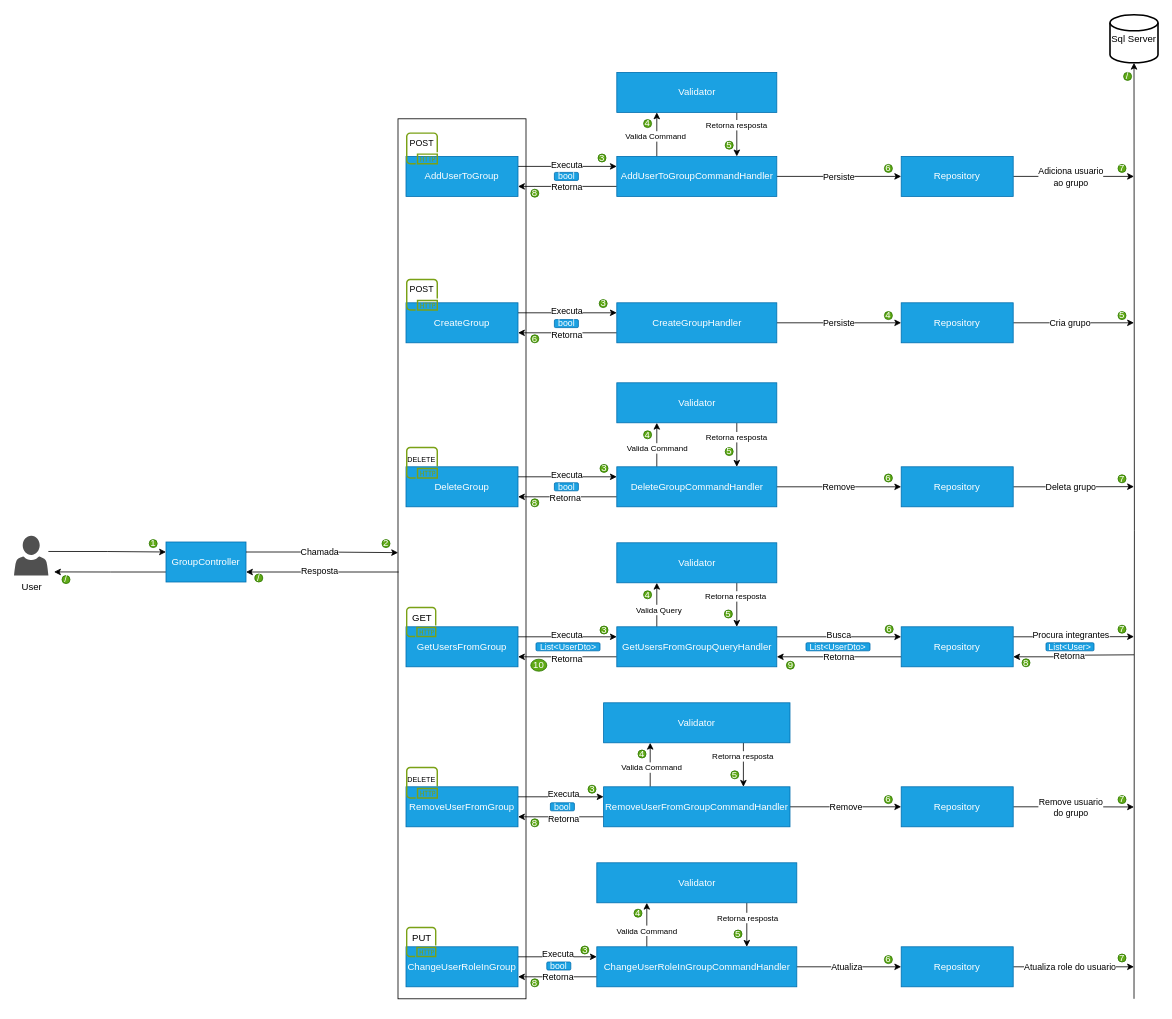
Above: page "AuthService/Group" (3 of 34) of Architecture.drawio in AlanEdward19/ShapeUp (draw.io), before the change. Source tidied: cells renumbered, new cells numbered last; positions are measured from the earlier drawing's top-left corner, leaving out a move shared by most shapes. Both pictures are drawn from the tidied source at 80%, with x=0, y=0 at pixel (14, 14).
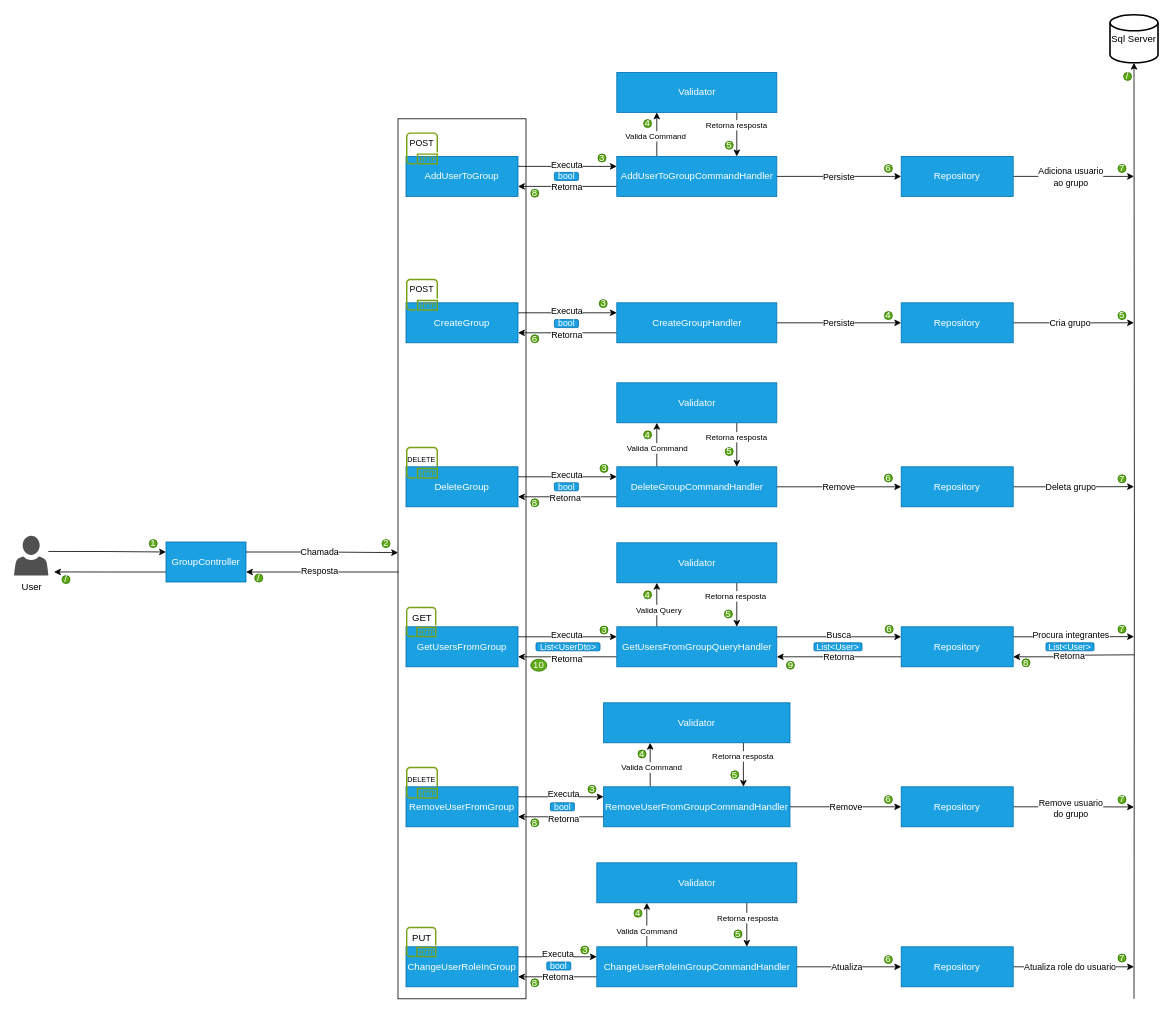
The same diagram, later.

Unchanged cells that the change refers to:
```xml
<mxCell id="73" style="edgeStyle=orthogonalEdgeStyle;rounded=0;jettySize=auto;html=1;exitX=1;exitY=0.5;exitDx=0;exitDy=0;" parent="1" edge="1" source="75">
  <mxGeometry relative="1" as="geometry">
    <mxPoint x="1400" y="990.2" as="targetPoint" />
  </mxGeometry>
</mxCell>
```

Change to the diagram source:
```diff
@@
     <mxCell id="74" value="Remove usuario&lt;div&gt;do grupo&lt;/div&gt;" style="edgeLabel;html=1;align=center;verticalAlign=middle;" parent="73" vertex="1">
       <mxGeometry x="-0.26" y="-2" relative="1" as="geometry">
-        <mxPoint x="15" y="-2" as="offset" />
+        <mxPoint x="15" y="-1" as="offset" />
       </mxGeometry>
     </mxCell>
@@
-    <mxCell id="179" value="List&amp;lt;UserDto&amp;gt;" style="rounded=1;whiteSpace=wrap;html=1;fillColor=#1ba1e2;strokeColor=#006EAF;fontSize=11;fontColor=#ffffff;" parent="1" vertex="1">
-      <mxGeometry x="990" y="785" width="80" height="10" as="geometry" />
-    </mxCell>
@@
+    <mxCell id="181" value="List&amp;lt;User&amp;gt;" style="rounded=1;whiteSpace=wrap;html=1;fillColor=#1ba1e2;strokeColor=#006EAF;fontSize=11;fontColor=#ffffff;" parent="1" vertex="1">
+      <mxGeometry x="1000" y="785" width="60" height="10" as="geometry" />
+    </mxCell>
```
